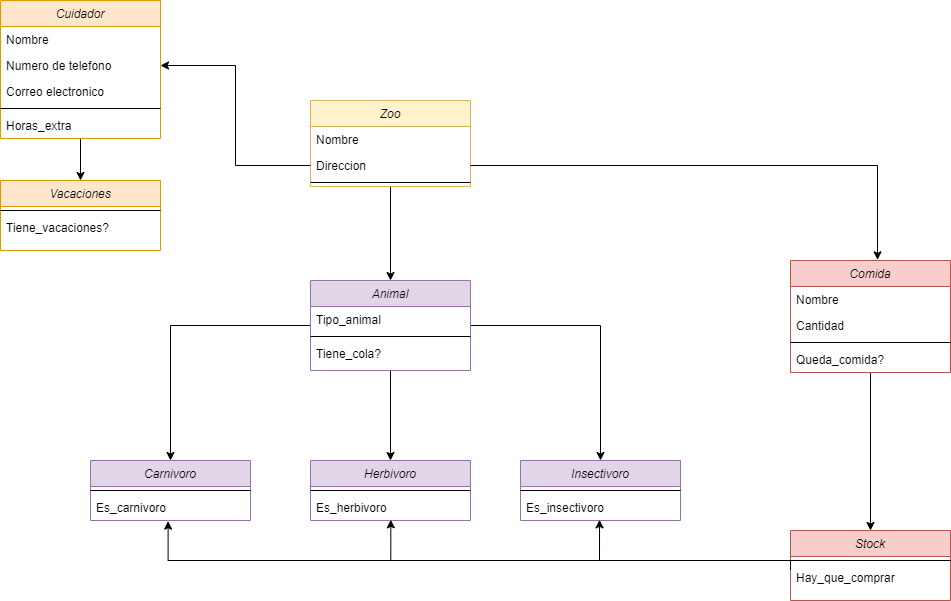
Above: UML/Ejercicio_4.drawio.png in rnoguer22/Ejercicios_UML_Grupal (draw.io), before the change. Source tidied: cells renumbered, new cells last; positions are measured from the earlier drawing's top-left corner, leaving out a move shared by most shapes.
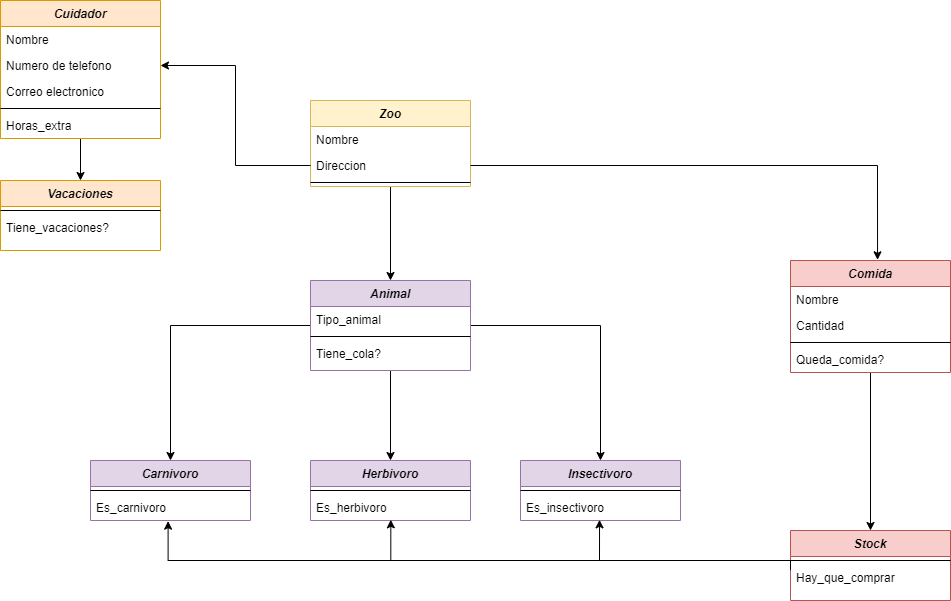
The same diagram one commit later.

What changed in the source:
```diff
@@ -5,7 +5,7 @@
     <mxCell id="2" style="edgeStyle=orthogonalEdgeStyle;rounded=0;jettySize=auto;html=1;" parent="1" edge="1" source="3" target="10">
       <mxGeometry relative="1" as="geometry" />
     </mxCell>
-    <mxCell id="3" value="Zoo" style="swimlane;fontStyle=2;align=center;verticalAlign=top;horizontal=1;startSize=26;rounded=0;shadow=0;strokeWidth=1;fillColor=#fff2cc;strokeColor=#d6b656;" parent="1" vertex="1">
+    <mxCell id="3" value="Zoo" style="swimlane;fontStyle=3;align=center;verticalAlign=top;horizontal=1;startSize=26;rounded=0;shadow=0;strokeWidth=1;fillColor=#fff2cc;strokeColor=#d6b656;" parent="1" vertex="1">
       <mxGeometry x="310" y="100" width="160" height="86" as="geometry" />
     </mxCell>
     <mxCell id="4" value="Nombre" style="text;align=left;verticalAlign=top;spacingLeft=4;spacingRight=4;overflow=hidden;" parent="3" vertex="1">
@@ -26,7 +26,7 @@
     <mxCell id="9" style="edgeStyle=orthogonalEdgeStyle;rounded=0;jettySize=auto;html=1;entryX=0.5;entryY=0;entryDx=0;entryDy=0;" parent="1" edge="1" source="10" target="14">
       <mxGeometry relative="1" as="geometry" />
     </mxCell>
-    <mxCell id="10" value="Animal" style="swimlane;fontStyle=2;align=center;verticalAlign=top;horizontal=1;startSize=26;rounded=0;shadow=0;strokeWidth=1;fillColor=#e1d5e7;strokeColor=#9673a6;" parent="1" vertex="1">
+    <mxCell id="10" value="Animal" style="swimlane;fontStyle=3;align=center;verticalAlign=top;horizontal=1;startSize=26;rounded=0;shadow=0;strokeWidth=1;fillColor=#e1d5e7;strokeColor=#9673a6;" parent="1" vertex="1">
       <mxGeometry x="310" y="280" width="160" height="90" as="geometry" />
     </mxCell>
     <mxCell id="11" value="Tipo_animal" style="text;align=left;verticalAlign=top;spacingLeft=4;spacingRight=4;overflow=hidden;" parent="10" vertex="1">
@@ -38,7 +38,7 @@
     <mxCell id="13" value="Tiene_cola?" style="text;align=left;verticalAlign=top;spacingLeft=4;spacingRight=4;overflow=hidden;" parent="10" vertex="1">
       <mxGeometry y="60" width="160" height="26" as="geometry" />
     </mxCell>
-    <mxCell id="14" value="Herbivoro" style="swimlane;fontStyle=2;align=center;verticalAlign=top;horizontal=1;startSize=26;rounded=0;shadow=0;strokeWidth=1;fillColor=#e1d5e7;strokeColor=#9673a6;" parent="1" vertex="1">
+    <mxCell id="14" value="Herbivoro" style="swimlane;fontStyle=3;align=center;verticalAlign=top;horizontal=1;startSize=26;rounded=0;shadow=0;strokeWidth=1;fillColor=#e1d5e7;strokeColor=#9673a6;" parent="1" vertex="1">
       <mxGeometry x="310" y="460" width="160" height="60" as="geometry" />
     </mxCell>
     <mxCell id="15" style="line;html=1;strokeWidth=1;align=left;verticalAlign=middle;spacingTop=-1;spacingLeft=3;spacingRight=3;labelPosition=right;" parent="14" vertex="1">
@@ -47,7 +47,7 @@
     <mxCell id="16" value="Es_herbivoro" style="text;align=left;verticalAlign=top;spacingLeft=4;spacingRight=4;overflow=hidden;points=[[0,0.5],[1,0.5]];portConstraint=eastwest;" parent="14" vertex="1">
       <mxGeometry y="34" width="160" height="26" as="geometry" />
     </mxCell>
-    <mxCell id="17" value="Carnivoro" style="swimlane;fontStyle=2;align=center;verticalAlign=top;horizontal=1;startSize=26;rounded=0;shadow=0;strokeWidth=1;fillColor=#e1d5e7;strokeColor=#9673a6;" parent="1" vertex="1">
+    <mxCell id="17" value="Carnivoro" style="swimlane;fontStyle=3;align=center;verticalAlign=top;horizontal=1;startSize=26;rounded=0;shadow=0;strokeWidth=1;fillColor=#e1d5e7;strokeColor=#9673a6;" parent="1" vertex="1">
       <mxGeometry x="90" y="460" width="160" height="60" as="geometry" />
     </mxCell>
     <mxCell id="18" style="line;html=1;strokeWidth=1;align=left;verticalAlign=middle;spacingTop=-1;spacingLeft=3;spacingRight=3;labelPosition=right;" parent="17" vertex="1">
@@ -56,7 +56,7 @@
     <mxCell id="19" value="Es_carnivoro" style="text;align=left;verticalAlign=top;spacingLeft=4;spacingRight=4;overflow=hidden;points=[[0,0.5],[1,0.5]];portConstraint=eastwest;" parent="17" vertex="1">
       <mxGeometry y="34" width="160" height="26" as="geometry" />
     </mxCell>
-    <mxCell id="20" value="Insectivoro" style="swimlane;fontStyle=2;align=center;verticalAlign=top;horizontal=1;startSize=26;rounded=0;shadow=0;strokeWidth=1;fillColor=#e1d5e7;strokeColor=#9673a6;" parent="1" vertex="1">
+    <mxCell id="20" value="Insectivoro" style="swimlane;fontStyle=3;align=center;verticalAlign=top;horizontal=1;startSize=26;rounded=0;shadow=0;strokeWidth=1;fillColor=#e1d5e7;strokeColor=#9673a6;" parent="1" vertex="1">
       <mxGeometry x="520" y="460" width="160" height="60" as="geometry" />
     </mxCell>
     <mxCell id="21" style="line;html=1;strokeWidth=1;align=left;verticalAlign=middle;spacingTop=-1;spacingLeft=3;spacingRight=3;labelPosition=right;" parent="20" vertex="1">
@@ -68,7 +68,7 @@
     <mxCell id="23" style="edgeStyle=orthogonalEdgeStyle;rounded=0;jettySize=auto;html=1;entryX=0.5;entryY=0;entryDx=0;entryDy=0;" parent="1" edge="1" source="24" target="30">
       <mxGeometry relative="1" as="geometry" />
     </mxCell>
-    <mxCell id="24" value="Cuidador" style="swimlane;fontStyle=2;align=center;verticalAlign=top;horizontal=1;startSize=26;rounded=0;shadow=0;strokeWidth=1;fillColor=#ffe6cc;strokeColor=#d79b00;" parent="1" vertex="1">
+    <mxCell id="24" value="Cuidador" style="swimlane;fontStyle=3;align=center;verticalAlign=top;horizontal=1;startSize=26;rounded=0;shadow=0;strokeWidth=1;fillColor=#ffe6cc;strokeColor=#d79b00;" parent="1" vertex="1">
       <mxGeometry width="160" height="138" as="geometry" />
     </mxCell>
     <mxCell id="25" value="Nombre" style="text;align=left;verticalAlign=top;spacingLeft=4;spacingRight=4;overflow=hidden;" parent="24" vertex="1">
@@ -86,7 +86,7 @@
     <mxCell id="29" value="Horas_extra" style="text;align=left;verticalAlign=top;spacingLeft=4;spacingRight=4;overflow=hidden;" parent="24" vertex="1">
       <mxGeometry y="112" width="160" height="26" as="geometry" />
     </mxCell>
-    <mxCell id="30" value="Vacaciones" style="swimlane;fontStyle=2;align=center;verticalAlign=top;horizontal=1;startSize=26;rounded=0;shadow=0;strokeWidth=1;fillColor=#ffe6cc;strokeColor=#d79b00;" parent="1" vertex="1">
+    <mxCell id="30" value="Vacaciones" style="swimlane;fontStyle=3;align=center;verticalAlign=top;horizontal=1;startSize=26;rounded=0;shadow=0;strokeWidth=1;fillColor=#ffe6cc;strokeColor=#d79b00;" parent="1" vertex="1">
       <mxGeometry y="180" width="160" height="70" as="geometry" />
     </mxCell>
     <mxCell id="31" style="line;html=1;strokeWidth=1;align=left;verticalAlign=middle;spacingTop=-1;spacingLeft=3;spacingRight=3;labelPosition=right;" parent="30" vertex="1">
@@ -95,7 +95,7 @@
     <mxCell id="32" value="Tiene_vacaciones?" style="text;align=left;verticalAlign=top;spacingLeft=4;spacingRight=4;overflow=hidden;" parent="30" vertex="1">
       <mxGeometry y="34" width="160" height="26" as="geometry" />
     </mxCell>
-    <mxCell id="33" value="Stock" style="swimlane;fontStyle=2;align=center;verticalAlign=top;horizontal=1;startSize=26;rounded=0;shadow=0;strokeWidth=1;fillColor=#f8cecc;strokeColor=#b85450;" parent="1" vertex="1">
+    <mxCell id="33" value="Stock" style="swimlane;fontStyle=3;align=center;verticalAlign=top;horizontal=1;startSize=26;rounded=0;shadow=0;strokeWidth=1;fillColor=#f8cecc;strokeColor=#b85450;" parent="1" vertex="1">
       <mxGeometry x="790" y="530" width="160" height="70" as="geometry" />
     </mxCell>
     <mxCell id="34" style="line;html=1;strokeWidth=1;align=left;verticalAlign=middle;spacingTop=-1;spacingLeft=3;spacingRight=3;labelPosition=right;" parent="33" vertex="1">
@@ -107,7 +107,7 @@
     <mxCell id="36" style="edgeStyle=orthogonalEdgeStyle;rounded=0;jettySize=auto;html=1;entryX=0.5;entryY=0;entryDx=0;entryDy=0;" parent="1" edge="1" source="37" target="33">
       <mxGeometry relative="1" as="geometry" />
     </mxCell>
-    <mxCell id="37" value="Comida" style="swimlane;fontStyle=2;align=center;verticalAlign=top;horizontal=1;startSize=26;rounded=0;shadow=0;strokeWidth=1;fillColor=#f8cecc;strokeColor=#b85450;" parent="1" vertex="1">
+    <mxCell id="37" value="Comida" style="swimlane;fontStyle=3;align=center;verticalAlign=top;horizontal=1;startSize=26;rounded=0;shadow=0;strokeWidth=1;fillColor=#f8cecc;strokeColor=#b85450;" parent="1" vertex="1">
       <mxGeometry x="790" y="260" width="160" height="112" as="geometry" />
     </mxCell>
     <mxCell id="38" value="Nombre" style="text;align=left;verticalAlign=top;spacingLeft=4;spacingRight=4;overflow=hidden;" parent="37" vertex="1">
```
